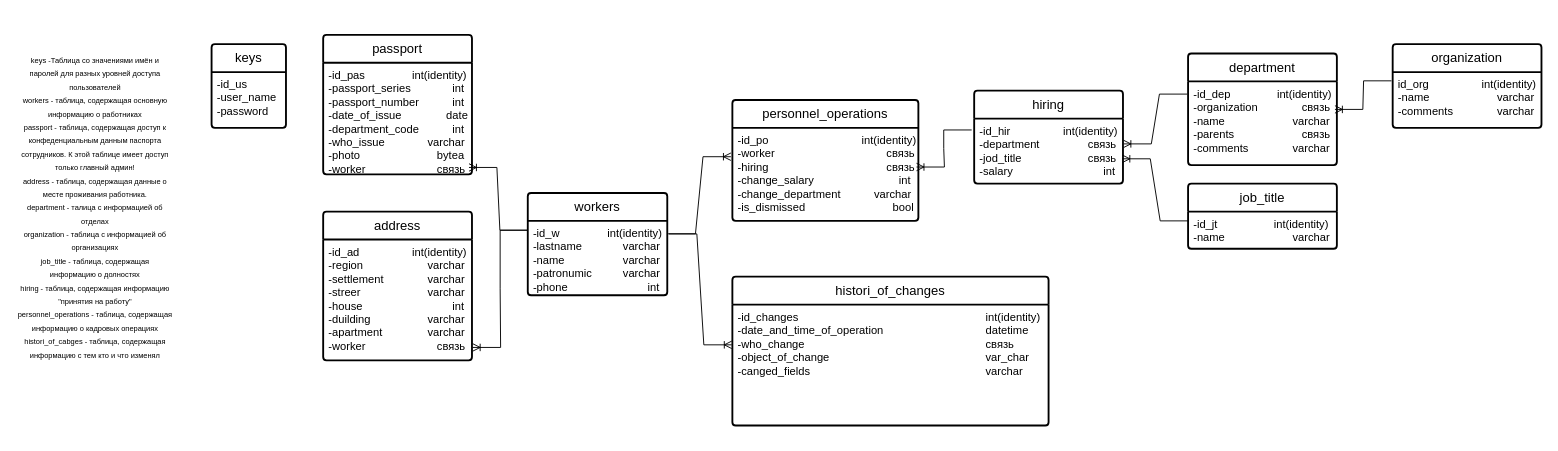
Earlier version of the draw.io diagram docs/db.drawio (Bleh23325/hr-tz). Source tidied: cells renumbered, new cells numbered last; positions are measured from the earlier drawing's top-left corner, leaving out a move shared by most shapes. Both pictures are drawn from the tidied source at 93%, with x=0, y=0 at pixel (16, 16).
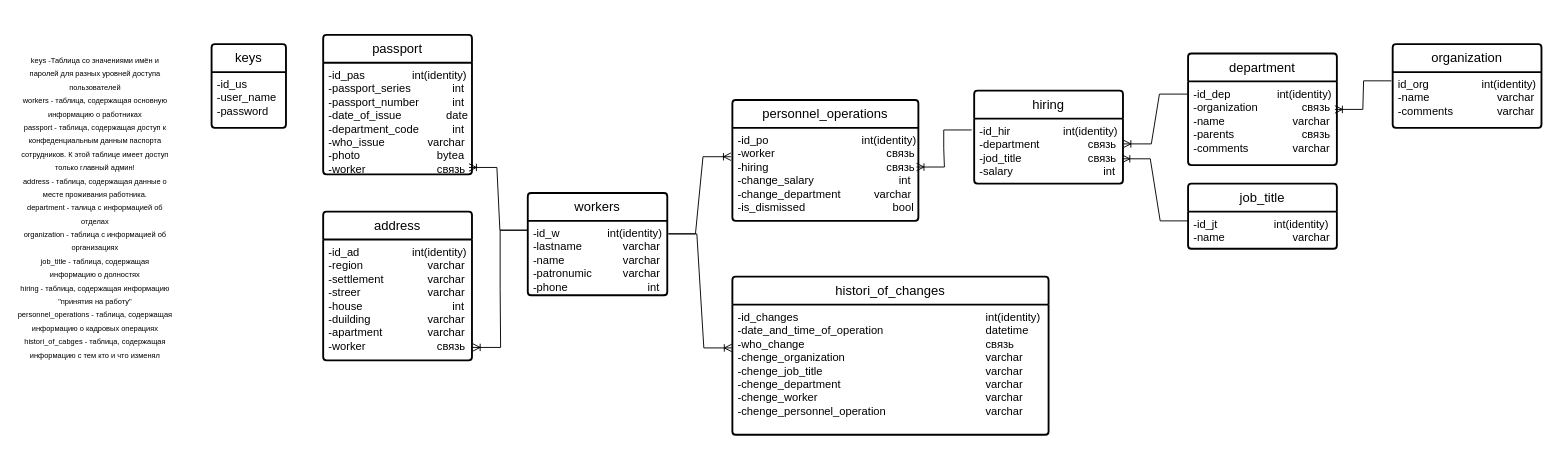
Above is the later version.

What changed in the source:
```diff
@@
     <mxCell id="28" value="histori_of_changes" style="swimlane;horizontal=1;startSize=30;rounded=1;fontSize=14;fontStyle=0;strokeWidth=2;shadow=0;dashed=0;align=center;arcSize=4;whiteSpace=wrap;html=1;" parent="1" vertex="1">
-      <mxGeometry x="770" y="280" width="340" height="160" as="geometry" />
+      <mxGeometry x="770" y="280" width="340" height="170" as="geometry" />
     </mxCell>
-    <mxCell id="29" value="-id_changes&lt;span style=&quot;white-space: pre;&quot;&gt;&#9;&lt;/span&gt;&lt;span style=&quot;white-space-collapse: preserve;&quot;&gt;&amp;nbsp;   &lt;span style=&quot;white-space: pre;&quot;&gt;&#9;&lt;/span&gt;&lt;span style=&quot;white-space: pre;&quot;&gt;&#9;&lt;/span&gt;&lt;span style=&quot;white-space: pre;&quot;&gt;&#9;&lt;/span&gt;&lt;span style=&quot;white-space: pre;&quot;&gt;&#9;&lt;/span&gt;&lt;span style=&quot;white-space: pre;&quot;&gt;&#9;&lt;/span&gt;&lt;span style=&quot;white-space: pre;&quot;&gt;&#9;&lt;/span&gt;&lt;span style=&quot;white-space: pre;&quot;&gt;&#9;&lt;/span&gt;&lt;/span&gt;int(identity)&lt;div&gt;-date_and_time_of_operation&lt;span style=&quot;white-space: pre;&quot;&gt;&#9;&lt;/span&gt;&lt;span style=&quot;white-space: pre;&quot;&gt;&#9;&lt;/span&gt;&lt;span style=&quot;white-space: pre;&quot;&gt;&#9;&lt;/span&gt;&lt;span style=&quot;white-space: pre;&quot;&gt;&#9;&lt;/span&gt;&lt;span style=&quot;white-space: pre;&quot;&gt;&#9;&lt;/span&gt;datetime&lt;/div&gt;&lt;div&gt;-who_change&lt;span style=&quot;white-space: pre;&quot;&gt;&#9;&lt;/span&gt;&lt;span style=&quot;white-space: pre;&quot;&gt;&#9;&lt;/span&gt;&lt;span style=&quot;white-space: pre;&quot;&gt;&#9;&lt;/span&gt;&lt;span style=&quot;white-space: pre;&quot;&gt;&#9;&lt;/span&gt;&lt;span style=&quot;white-space: pre;&quot;&gt;&#9;&lt;/span&gt;&lt;span style=&quot;white-space: pre;&quot;&gt;&#9;&lt;/span&gt;&lt;span style=&quot;white-space: pre;&quot;&gt;&#9;&lt;span style=&quot;white-space: pre;&quot;&gt;&#9;&lt;/span&gt;с&lt;/span&gt;вязь&lt;/div&gt;&lt;div&gt;-object_of_change&lt;span style=&quot;white-space: pre;&quot;&gt;&#9;&lt;/span&gt;&lt;span style=&quot;white-space: pre;&quot;&gt;&#9;&lt;/span&gt;&lt;span style=&quot;white-space: pre;&quot;&gt;&#9;&lt;/span&gt;&lt;span style=&quot;white-space: pre;&quot;&gt;&#9;&lt;/span&gt;&lt;span style=&quot;white-space: pre;&quot;&gt;&#9;&lt;/span&gt;&lt;span style=&quot;white-space: pre;&quot;&gt;&#9;&lt;/span&gt;&lt;span style=&quot;white-space: pre;&quot;&gt;&#9;&lt;/span&gt;var_char&lt;/div&gt;&lt;div&gt;-canged_fields&lt;span style=&quot;white-space: pre;&quot;&gt;&#9;&lt;/span&gt;&lt;span style=&quot;white-space: pre;&quot;&gt;&#9;&lt;/span&gt;&lt;span style=&quot;white-space: pre;&quot;&gt;&#9;&lt;/span&gt;&lt;span style=&quot;white-space: pre;&quot;&gt;&#9;&lt;/span&gt;&lt;span style=&quot;white-space: pre;&quot;&gt;&#9;&lt;/span&gt;&lt;span style=&quot;white-space: pre;&quot;&gt;&#9;&lt;/span&gt;&lt;span style=&quot;white-space: pre;&quot;&gt;&#9;&lt;/span&gt;&lt;span style=&quot;white-space: pre;&quot;&gt;&#9;&lt;/span&gt;varchar&lt;/div&gt;" style="align=left;strokeColor=none;fillColor=none;spacingLeft=4;fontSize=12;verticalAlign=top;html=1;" parent="28" vertex="1">
-      <mxGeometry y="30" width="340" height="130" as="geometry" />
+    <mxCell id="29" value="-id_changes&lt;span style=&quot;white-space: pre;&quot;&gt;&#9;&lt;/span&gt;&lt;span style=&quot;white-space-collapse: preserve;&quot;&gt;&amp;nbsp;   &lt;span style=&quot;white-space: pre;&quot;&gt;&#9;&lt;/span&gt;&lt;span style=&quot;white-space: pre;&quot;&gt;&#9;&lt;/span&gt;&lt;span style=&quot;white-space: pre;&quot;&gt;&#9;&lt;/span&gt;&lt;span style=&quot;white-space: pre;&quot;&gt;&#9;&lt;/span&gt;&lt;span style=&quot;white-space: pre;&quot;&gt;&#9;&lt;/span&gt;&lt;span style=&quot;white-space: pre;&quot;&gt;&#9;&lt;/span&gt;&lt;span style=&quot;white-space: pre;&quot;&gt;&#9;&lt;/span&gt;&lt;/span&gt;int(identity)&lt;div&gt;-date_and_time_of_operation&lt;span style=&quot;white-space: pre;&quot;&gt;&#9;&lt;/span&gt;&lt;span style=&quot;white-space: pre;&quot;&gt;&#9;&lt;/span&gt;&lt;span style=&quot;white-space: pre;&quot;&gt;&#9;&lt;/span&gt;&lt;span style=&quot;white-space: pre;&quot;&gt;&#9;&lt;/span&gt;&lt;span style=&quot;white-space: pre;&quot;&gt;&#9;&lt;/span&gt;datetime&lt;/div&gt;&lt;div&gt;-who_change&lt;span style=&quot;white-space: pre;&quot;&gt;&#9;&lt;/span&gt;&lt;span style=&quot;white-space: pre;&quot;&gt;&#9;&lt;/span&gt;&lt;span style=&quot;white-space: pre;&quot;&gt;&#9;&lt;/span&gt;&lt;span style=&quot;white-space: pre;&quot;&gt;&#9;&lt;/span&gt;&lt;span style=&quot;white-space: pre;&quot;&gt;&#9;&lt;/span&gt;&lt;span style=&quot;white-space: pre;&quot;&gt;&#9;&lt;/span&gt;&lt;span style=&quot;white-space: pre;&quot;&gt;&#9;&lt;span style=&quot;white-space: pre;&quot;&gt;&#9;&lt;/span&gt;с&lt;/span&gt;вязь&lt;/div&gt;&lt;div&gt;&lt;span style=&quot;background-color: initial;&quot;&gt;-chenge_organization&lt;span style=&quot;white-space: pre;&quot;&gt;&#9;&lt;/span&gt;&lt;span style=&quot;white-space: pre;&quot;&gt;&#9;&lt;/span&gt;&lt;span style=&quot;white-space: pre;&quot;&gt;&#9;&lt;/span&gt;&lt;span style=&quot;white-space: pre;&quot;&gt;&#9;&lt;/span&gt;&lt;span style=&quot;white-space: pre;&quot;&gt;&#9;&lt;/span&gt;&lt;span style=&quot;white-space: pre;&quot;&gt;&#9;&lt;/span&gt;varchar&lt;/span&gt;&lt;br&gt;&lt;/div&gt;&lt;div&gt;-chenge_job_title&lt;span style=&quot;white-space: pre;&quot;&gt;&#9;&lt;/span&gt;&lt;span style=&quot;white-space: pre;&quot;&gt;&#9;&lt;/span&gt;&lt;span style=&quot;white-space: pre;&quot;&gt;&#9;&lt;/span&gt;&lt;span style=&quot;white-space: pre;&quot;&gt;&#9;&lt;/span&gt;&lt;span style=&quot;white-space: pre;&quot;&gt;&#9;&lt;/span&gt;&lt;span style=&quot;white-space: pre;&quot;&gt;&#9;&lt;/span&gt;&lt;span style=&quot;white-space: pre;&quot;&gt;&#9;&lt;/span&gt;varchar&lt;span style=&quot;background-color: initial;&quot;&gt;&lt;br&gt;&lt;/span&gt;&lt;/div&gt;&lt;div&gt;-chenge_department&lt;span style=&quot;white-space: pre;&quot;&gt;&#9;&lt;/span&gt;&lt;span style=&quot;white-space: pre;&quot;&gt;&#9;&lt;/span&gt;&lt;span style=&quot;white-space: pre;&quot;&gt;&#9;&lt;/span&gt;&lt;span style=&quot;white-space: pre;&quot;&gt;&#9;&lt;span style=&quot;white-space: pre;&quot;&gt;&#9;&lt;/span&gt;&lt;span style=&quot;white-space: pre;&quot;&gt;&#9;&lt;/span&gt;varchar&lt;/span&gt;&lt;br&gt;&lt;/div&gt;&lt;div&gt;-chenge_worker&lt;span style=&quot;white-space: pre;&quot;&gt;&#9;&lt;/span&gt;&lt;span style=&quot;white-space: pre;&quot;&gt;&#9;&lt;/span&gt;&lt;span style=&quot;white-space: pre;&quot;&gt;&#9;&lt;/span&gt;&lt;span style=&quot;white-space: pre;&quot;&gt;&#9;&lt;/span&gt;&lt;span style=&quot;white-space: pre;&quot;&gt;&#9;&lt;/span&gt;&lt;span style=&quot;white-space: pre;&quot;&gt;&#9;&lt;/span&gt;&lt;span style=&quot;white-space: pre;&quot;&gt;&#9;&lt;/span&gt;varchar&lt;br&gt;&lt;/div&gt;&lt;div&gt;-chenge_personnel_operation&lt;span style=&quot;white-space: pre;&quot;&gt;&#9;&lt;/span&gt;&lt;span style=&quot;white-space: pre;&quot;&gt;&#9;&lt;/span&gt;&lt;span style=&quot;white-space: pre;&quot;&gt;&#9;&lt;/span&gt;&lt;span style=&quot;white-space: pre;&quot;&gt;&#9;&lt;/span&gt;varchar&lt;br&gt;&lt;/div&gt;" style="align=left;strokeColor=none;fillColor=none;spacingLeft=4;fontSize=12;verticalAlign=top;html=1;" parent="28" vertex="1">
+      <mxGeometry y="30" width="340" height="140" as="geometry" />
     </mxCell>
```
